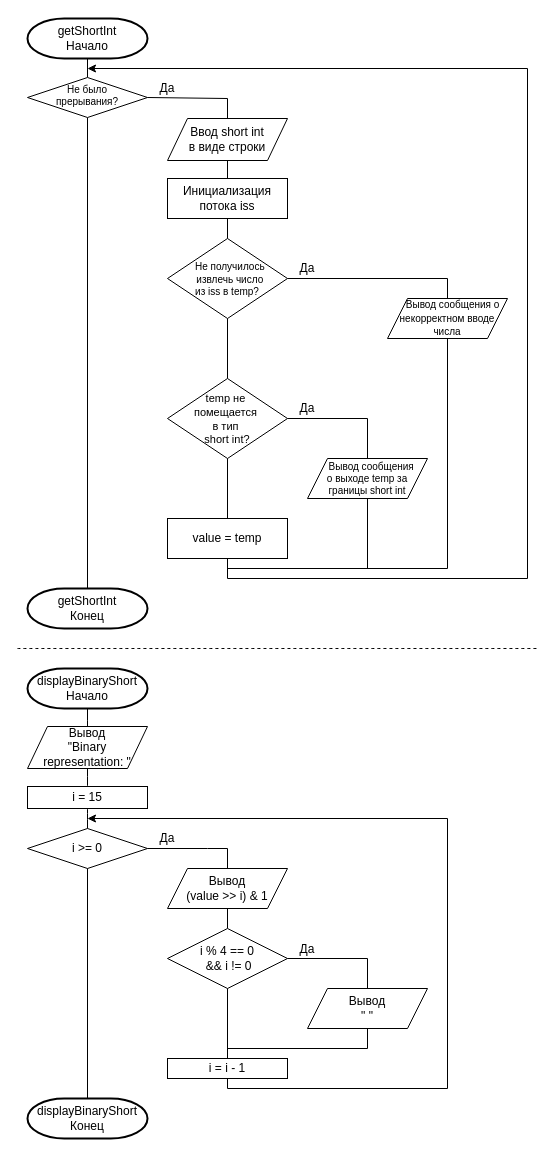
Earlier version of the draw.io diagram page "get+displayShortInt" (3 of 4) of images/OrgOfC&S_Scheme.drawio (TrueTalentless/OrgOfCAndSSem3). Source tidied: cells renumbered, new cells numbered last; positions are measured from the earlier drawing's top-left corner, leaving out a move shared by most shapes. Both pictures are drawn from the tidied source at 100%, with x=0, y=0 at pixel (17, 18).
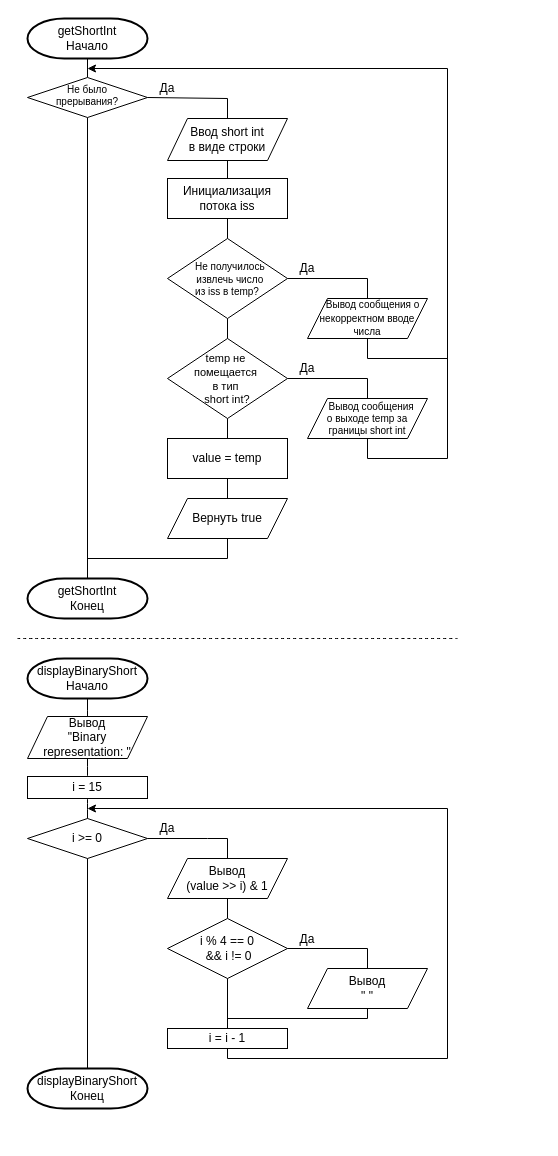
After the change.

Unchanged cells that the change refers to:
```xml
<mxCell id="19" value="&lt;font style=&quot;font-size: 10px;&quot;&gt;&amp;nbsp; &amp;nbsp;Не получилось&amp;nbsp;&lt;/font&gt;&lt;div style=&quot;font-size: 10px;&quot;&gt;&lt;font style=&quot;font-size: 10px;&quot;&gt;&amp;nbsp; &amp;nbsp;извлечь число&amp;nbsp;&lt;/font&gt;&lt;/div&gt;&lt;div style=&quot;font-size: 10px;&quot;&gt;&lt;font style=&quot;font-size: 10px;&quot;&gt;из iss в temp?&lt;/font&gt;&lt;/div&gt;" style="rhombus;whiteSpace=wrap;html=1;" parent="1" vertex="1">
  <mxGeometry x="150" y="220" width="120" height="80" as="geometry" />
</mxCell>
```

Diff of the diagram source:
```diff
@@
     <mxCell id="2" style="endArrow=none;html=1;rounded=0;fontSize=12;startSize=8;endSize=8;curved=1;entryX=0.5;entryY=1;entryDx=0;entryDy=0;" parent="1" edge="1">
       <mxGeometry relative="1" as="geometry">
-        <mxPoint x="70" y="740" as="sourcePoint" />
-        <mxPoint x="70" y="690" as="targetPoint" />
+        <mxPoint x="70" y="730" as="sourcePoint" />
+        <mxPoint x="70" y="680" as="targetPoint" />
       </mxGeometry>
     </mxCell>
     <mxCell id="3" value="Вывод&lt;div&gt;&quot;Binary representation: &quot;&lt;br&gt;&lt;/div&gt;" style="shape=parallelogram;perimeter=parallelogramPerimeter;whiteSpace=wrap;html=1;fixedSize=1;" parent="1" vertex="1">
-      <mxGeometry x="10" y="708" width="120" height="42" as="geometry" />
+      <mxGeometry x="10" y="698" width="120" height="42" as="geometry" />
     </mxCell>
     <mxCell id="4" value="i = 15" style="rounded=0;whiteSpace=wrap;html=1;" parent="1" vertex="1">
-      <mxGeometry x="10" y="768" width="120" height="22" as="geometry" />
+      <mxGeometry x="10" y="758" width="120" height="22" as="geometry" />
     </mxCell>
@@
     <mxCell id="6" value="i &amp;gt;= 0" style="rhombus;whiteSpace=wrap;html=1;" parent="1" vertex="1">
-      <mxGeometry x="10" y="810" width="120" height="40" as="geometry" />
+      <mxGeometry x="10" y="800" width="120" height="40" as="geometry" />
     </mxCell>
@@
     <mxCell id="8" value="&lt;div&gt;Вывод&lt;/div&gt;&lt;div&gt;(value &amp;gt;&amp;gt; i) &amp;amp; 1&lt;br&gt;&lt;/div&gt;" style="shape=parallelogram;perimeter=parallelogramPerimeter;whiteSpace=wrap;html=1;fixedSize=1;" parent="1" vertex="1">
-      <mxGeometry x="150" y="850" width="120" height="40" as="geometry" />
+      <mxGeometry x="150" y="840" width="120" height="40" as="geometry" />
     </mxCell>
     <mxCell id="9" style="endArrow=none;html=1;rounded=0;exitX=1;exitY=0.5;exitDx=0;exitDy=0;entryX=0.5;entryY=0;entryDx=0;entryDy=0;" parent="1" edge="1" source="6" target="8">
       <mxGeometry relative="1" as="geometry">
         <Array as="points">
-          <mxPoint x="190" y="830" />
-          <mxPoint x="210" y="830" />
+          <mxPoint x="190" y="820" />
+          <mxPoint x="210" y="820" />
         </Array>
       </mxGeometry>
     </mxCell>
@@
     <mxCell id="11" value="i % 4 == 0&lt;div&gt;&amp;nbsp;&amp;amp;&amp;amp; i != 0&lt;/div&gt;" style="rhombus;whiteSpace=wrap;html=1;" parent="1" vertex="1">
-      <mxGeometry x="150" y="910" width="120" height="60" as="geometry" />
+      <mxGeometry x="150" y="900" width="120" height="60" as="geometry" />
     </mxCell>
@@
     <mxCell id="13" value="i = i - 1" style="rounded=0;whiteSpace=wrap;html=1;" parent="1" vertex="1">
-      <mxGeometry x="150" y="1040" width="120" height="20" as="geometry" />
+      <mxGeometry x="150" y="1010" width="120" height="20" as="geometry" />
     </mxCell>
@@
     <mxCell id="21" value="&lt;font style=&quot;font-size: 11px;&quot;&gt;temp не&amp;nbsp;&lt;/font&gt;&lt;div&gt;&lt;font style=&quot;font-size: 11px;&quot;&gt;помещается&amp;nbsp;&lt;/font&gt;&lt;div style=&quot;font-size: 11px;&quot;&gt;&lt;font style=&quot;font-size: 11px;&quot;&gt;в тип&amp;nbsp;&lt;/font&gt;&lt;/div&gt;&lt;div style=&quot;font-size: 11px;&quot;&gt;&lt;span style=&quot;background-color: initial;&quot;&gt;short int?&lt;/span&gt;&lt;/div&gt;&lt;/div&gt;" style="rhombus;whiteSpace=wrap;html=1;" parent="1" vertex="1">
-      <mxGeometry x="150" y="360" width="120" height="80" as="geometry" />
+      <mxGeometry x="150" y="320" width="120" height="80" as="geometry" />
     </mxCell>
     <mxCell id="22" value="value = temp" style="rounded=0;whiteSpace=wrap;html=1;" parent="1" vertex="1">
-      <mxGeometry x="150" y="500" width="120" height="40" as="geometry" />
+      <mxGeometry x="150" y="420" width="120" height="40" as="geometry" />
     </mxCell>
     <mxCell id="23" value="&lt;p style=&quot;line-height: 112%;&quot;&gt;&lt;font style=&quot;font-size: 10px;&quot;&gt;&amp;nbsp; &amp;nbsp; Вывод сообщения о некорректном вводе числа&lt;/font&gt;&lt;/p&gt;" style="shape=parallelogram;perimeter=parallelogramPerimeter;whiteSpace=wrap;html=1;fixedSize=1;" parent="1" vertex="1">
-      <mxGeometry x="370" y="280" width="120" height="40" as="geometry" />
+      <mxGeometry x="290" y="280" width="120" height="40" as="geometry" />
     </mxCell>
     <mxCell id="24" value="&lt;div style=&quot;font-size: 10px;&quot;&gt;&lt;font style=&quot;font-size: 10px;&quot;&gt;&amp;nbsp; &amp;nbsp;Вывод&amp;nbsp;&lt;span style=&quot;background-color: initial;&quot;&gt;сообщения&lt;/span&gt;&lt;/font&gt;&lt;/div&gt;&lt;div style=&quot;font-size: 10px;&quot;&gt;&lt;font style=&quot;font-size: 10px;&quot;&gt;о выходе temp за границы short int&lt;/font&gt;&lt;/div&gt;" style="shape=parallelogram;perimeter=parallelogramPerimeter;whiteSpace=wrap;html=1;fixedSize=1;" parent="1" vertex="1">
-      <mxGeometry x="290" y="440" width="120" height="40" as="geometry" />
+      <mxGeometry x="290" y="380" width="120" height="40" as="geometry" />
     </mxCell>
-    <mxCell id="25" style="endArrow=classic;html=1;rounded=0;endFill=1;exitX=0.5;exitY=1;exitDx=0;exitDy=0;" parent="1" edge="1" source="22">
-      <mxGeometry relative="1" as="geometry">
-        <mxPoint x="70" y="50" as="targetPoint" />
-        <Array as="points">
-          <mxPoint x="210" y="560" />
-          <mxPoint x="510" y="560" />
-          <mxPoint x="510" y="50" />
-        </Array>
-      </mxGeometry>
-    </mxCell>
@@
     <mxCell id="27" value="displayBinaryShort&lt;div&gt;Начало&lt;/div&gt;" style="strokeWidth=2;html=1;shape=mxgraph.flowchart.terminator;whiteSpace=wrap;" parent="1" vertex="1">
-      <mxGeometry x="10" y="650" width="120" height="40" as="geometry" />
+      <mxGeometry x="10" y="640" width="120" height="40" as="geometry" />
     </mxCell>
     <mxCell id="28" value="Да" style="text;html=1;align=center;verticalAlign=middle;whiteSpace=wrap;rounded=0;" parent="1" vertex="1">
-      <mxGeometry x="130" y="810" width="40" height="20" as="geometry" />
+      <mxGeometry x="130" y="800" width="40" height="20" as="geometry" />
     </mxCell>
     <mxCell id="29" style="endArrow=none;html=1;rounded=0;exitX=1;exitY=0.5;exitDx=0;exitDy=0;entryX=0.5;entryY=0;entryDx=0;entryDy=0;" parent="1" edge="1" source="11" target="33">
       <mxGeometry relative="1" as="geometry">
         <Array as="points">
-          <mxPoint x="350" y="940" />
+          <mxPoint x="350" y="930" />
         </Array>
       </mxGeometry>
     </mxCell>
     <mxCell id="30" value="Да" style="text;html=1;align=center;verticalAlign=middle;whiteSpace=wrap;rounded=0;" parent="1" vertex="1">
-      <mxGeometry x="270" y="921" width="40" height="20" as="geometry" />
+      <mxGeometry x="270" y="911" width="40" height="20" as="geometry" />
     </mxCell>
     <mxCell id="31" style="endArrow=none;html=1;rounded=0;entryX=0.5;entryY=1;entryDx=0;entryDy=0;" parent="1" edge="1" target="33">
       <mxGeometry relative="1" as="geometry">
-        <mxPoint x="210" y="1030" as="sourcePoint" />
+        <mxPoint x="210" y="1000" as="sourcePoint" />
         <Array as="points">
-          <mxPoint x="350" y="1030" />
+          <mxPoint x="350" y="1000" />
         </Array>
       </mxGeometry>
     </mxCell>
     <mxCell id="32" value="displayBinaryShort&lt;div&gt;Конец&lt;/div&gt;" style="strokeWidth=2;html=1;shape=mxgraph.flowchart.terminator;whiteSpace=wrap;" parent="1" vertex="1">
-      <mxGeometry x="10" y="1080" width="120" height="40" as="geometry" />
+      <mxGeometry x="10" y="1050" width="120" height="40" as="geometry" />
     </mxCell>
     <mxCell id="33" value="&lt;div&gt;Вывод&lt;/div&gt;&lt;div&gt;&quot; &quot;&lt;br&gt;&lt;/div&gt;" style="shape=parallelogram;perimeter=parallelogramPerimeter;whiteSpace=wrap;html=1;fixedSize=1;" parent="1" vertex="1">
-      <mxGeometry x="290" y="970" width="120" height="40" as="geometry" />
+      <mxGeometry x="290" y="950" width="120" height="40" as="geometry" />
     </mxCell>
     <mxCell id="34" style="endArrow=classic;html=1;rounded=0;exitX=0.5;exitY=1;exitDx=0;exitDy=0;" parent="1" edge="1" source="13">
       <mxGeometry relative="1" as="geometry">
-        <mxPoint x="70" y="800" as="targetPoint" />
+        <mxPoint x="70" y="790" as="targetPoint" />
         <Array as="points">
-          <mxPoint x="210" y="1070" />
-          <mxPoint x="430" y="1070" />
-          <mxPoint x="430" y="800" />
+          <mxPoint x="210" y="1040" />
+          <mxPoint x="430" y="1040" />
+          <mxPoint x="430" y="790" />
         </Array>
       </mxGeometry>
     </mxCell>
@@
     <mxCell id="38" value="Да" style="text;html=1;align=center;verticalAlign=middle;whiteSpace=wrap;rounded=0;" parent="1" vertex="1">
-      <mxGeometry x="270" y="380" width="40" height="20" as="geometry" />
+      <mxGeometry x="270" y="340" width="40" height="20" as="geometry" />
     </mxCell>
     <mxCell id="39" value="getShortInt&lt;div&gt;Конец&lt;/div&gt;" style="strokeWidth=2;html=1;shape=mxgraph.flowchart.terminator;whiteSpace=wrap;" parent="1" vertex="1">
-      <mxGeometry x="10" y="570" width="120" height="40" as="geometry" />
+      <mxGeometry x="10" y="560" width="120" height="40" as="geometry" />
     </mxCell>
     <mxCell id="40" style="endArrow=none;html=1;rounded=0;exitX=1;exitY=0.5;exitDx=0;exitDy=0;entryX=0.5;entryY=0;entryDx=0;entryDy=0;" parent="1" edge="1" source="19" target="23">
       <mxGeometry relative="1" as="geometry">
         <Array as="points">
-          <mxPoint x="430" y="260" />
+          <mxPoint x="350" y="260" />
         </Array>
       </mxGeometry>
     </mxCell>
@@
     <mxCell id="42" style="endArrow=none;html=1;rounded=0;exitX=1;exitY=0.5;exitDx=0;exitDy=0;entryX=0.5;entryY=0;entryDx=0;entryDy=0;" parent="1" edge="1" source="21" target="24">
       <mxGeometry relative="1" as="geometry">
         <Array as="points">
-          <mxPoint x="350" y="400" />
+          <mxPoint x="350" y="360" />
         </Array>
       </mxGeometry>
     </mxCell>
@@
     <mxCell id="44" style="endArrow=none;html=1;rounded=0;entryX=0.5;entryY=1;entryDx=0;entryDy=0;" parent="1" edge="1" target="23">
       <mxGeometry relative="1" as="geometry">
-        <mxPoint x="210" y="550" as="sourcePoint" />
+        <mxPoint x="430" y="340" as="sourcePoint" />
         <Array as="points">
-          <mxPoint x="430" y="550" />
+          <mxPoint x="350" y="340" />
         </Array>
       </mxGeometry>
     </mxCell>
-    <mxCell id="45" style="endArrow=none;html=1;rounded=0;entryX=0.5;entryY=1;entryDx=0;entryDy=0;" parent="1" edge="1" target="24">
+    <mxCell id="45" style="endArrow=none;html=1;rounded=0;entryX=0.5;entryY=1;entryDx=0;entryDy=0;startArrow=classic;startFill=1;" parent="1" edge="1" target="24">
       <mxGeometry relative="1" as="geometry">
-        <mxPoint x="350" y="550" as="sourcePoint" />
+        <mxPoint x="70" y="50" as="sourcePoint" />
+        <Array as="points">
+          <mxPoint x="430" y="50" />
+          <mxPoint x="430" y="440" />
+          <mxPoint x="350" y="440" />
+        </Array>
       </mxGeometry>
     </mxCell>
@@
-    <mxCell id="48" style="endArrow=none;dashed=1;html=1;rounded=0;fontSize=12;startSize=8;endSize=8;curved=1;" parent="1" edge="1">
-      <mxGeometry relative="1" as="geometry">
-        <mxPoint y="630" as="sourcePoint" />
-        <mxPoint x="521.4" y="630" as="targetPoint" />
-      </mxGeometry>
-    </mxCell>
+    <mxCell id="49" value="Вернуть true" style="shape=parallelogram;perimeter=parallelogramPerimeter;whiteSpace=wrap;html=1;fixedSize=1;" parent="1" vertex="1">
+      <mxGeometry x="150" y="480" width="120" height="40" as="geometry" />
+    </mxCell>
+    <mxCell id="50" style="endArrow=none;html=1;rounded=0;fontSize=12;startSize=8;endSize=8;curved=0;entryX=0.5;entryY=1;entryDx=0;entryDy=0;exitX=0.5;exitY=0;exitDx=0;exitDy=0;" parent="1" edge="1" source="49" target="22">
+      <mxGeometry relative="1" as="geometry" />
+    </mxCell>
+    <mxCell id="51" style="endArrow=none;html=1;rounded=0;fontSize=12;startSize=8;endSize=8;curved=0;entryX=0.5;entryY=1;entryDx=0;entryDy=0;" parent="1" edge="1" target="49">
+      <mxGeometry relative="1" as="geometry">
+        <mxPoint x="70" y="540" as="sourcePoint" />
+        <Array as="points">
+          <mxPoint x="210" y="540" />
+        </Array>
+      </mxGeometry>
+    </mxCell>
+    <mxCell id="52" style="endArrow=none;dashed=1;html=1;rounded=0;fontSize=12;startSize=8;endSize=8;curved=1;" parent="1" edge="1">
+      <mxGeometry relative="1" as="geometry">
+        <mxPoint y="620" as="sourcePoint" />
+        <mxPoint x="440" y="620" as="targetPoint" />
+      </mxGeometry>
+    </mxCell>
```
